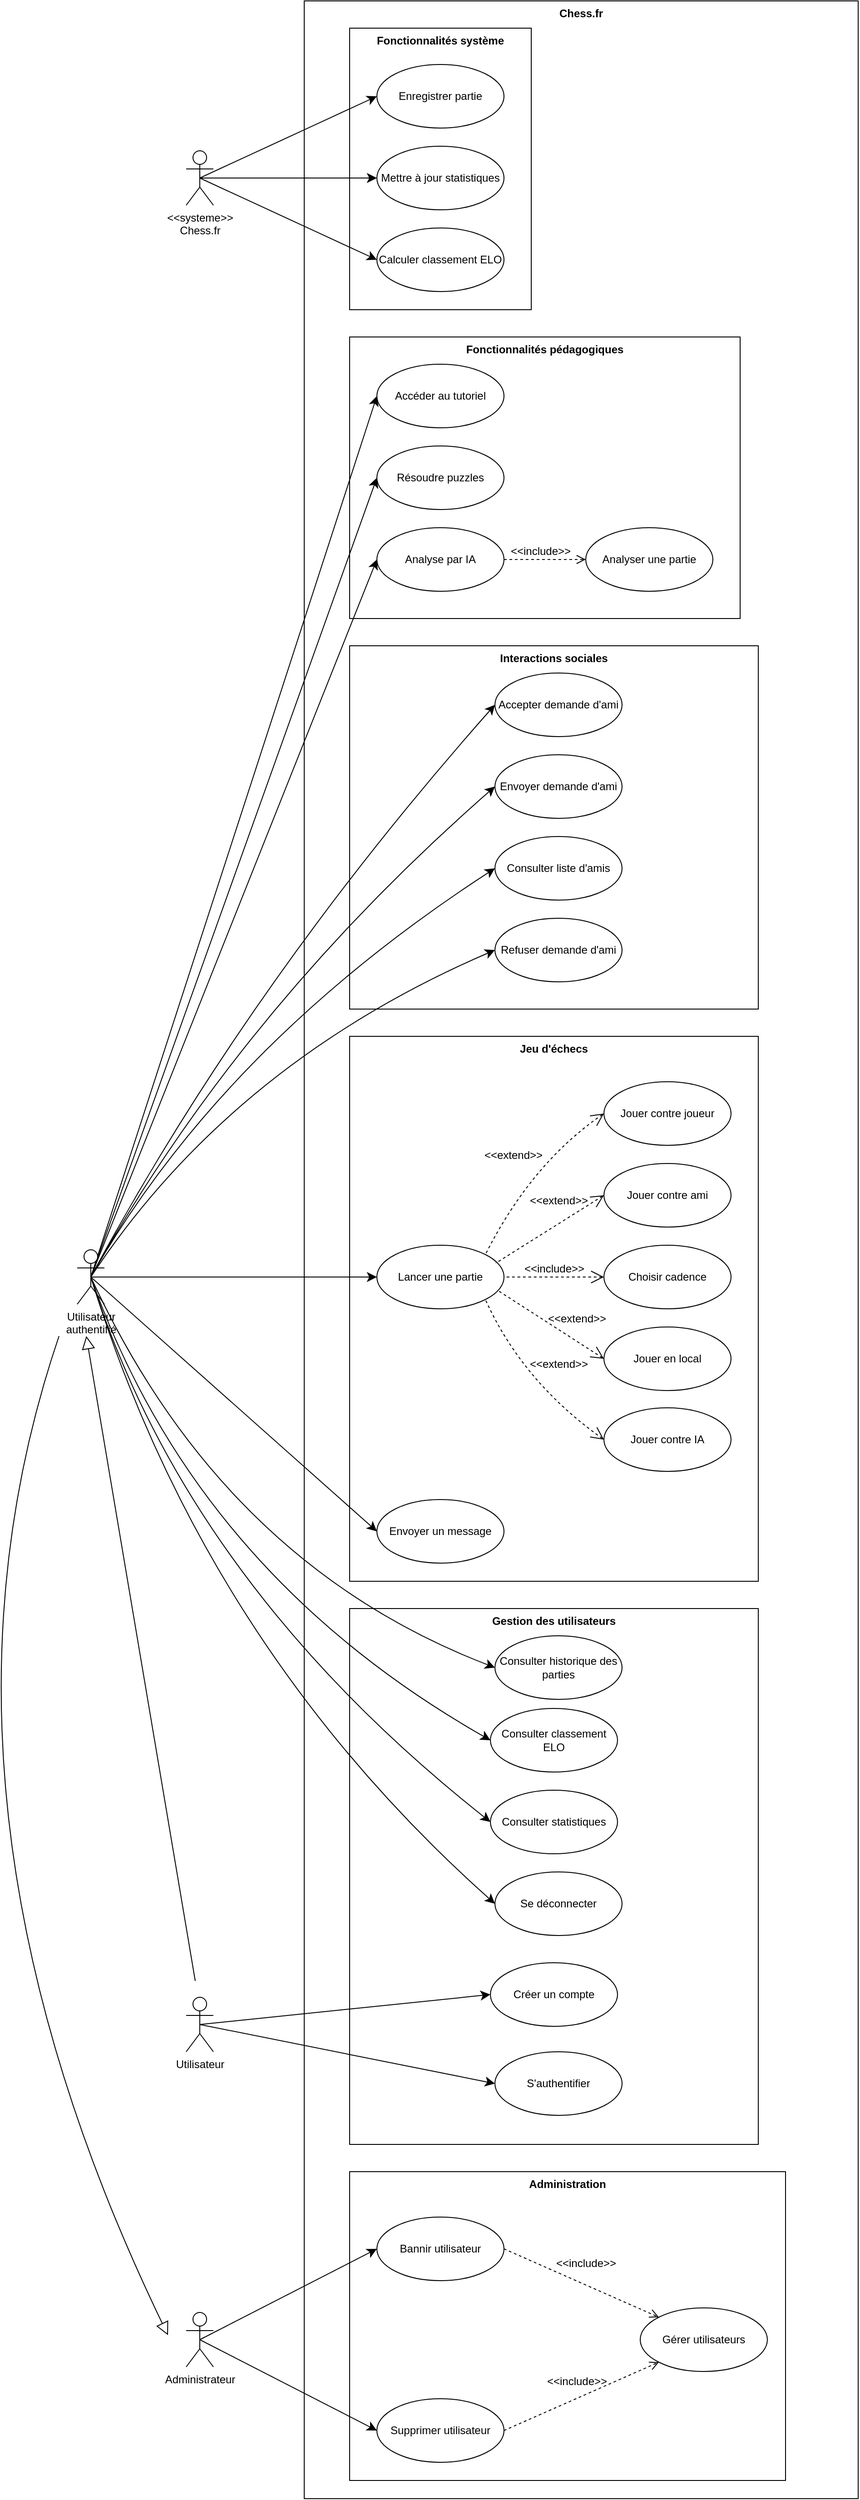
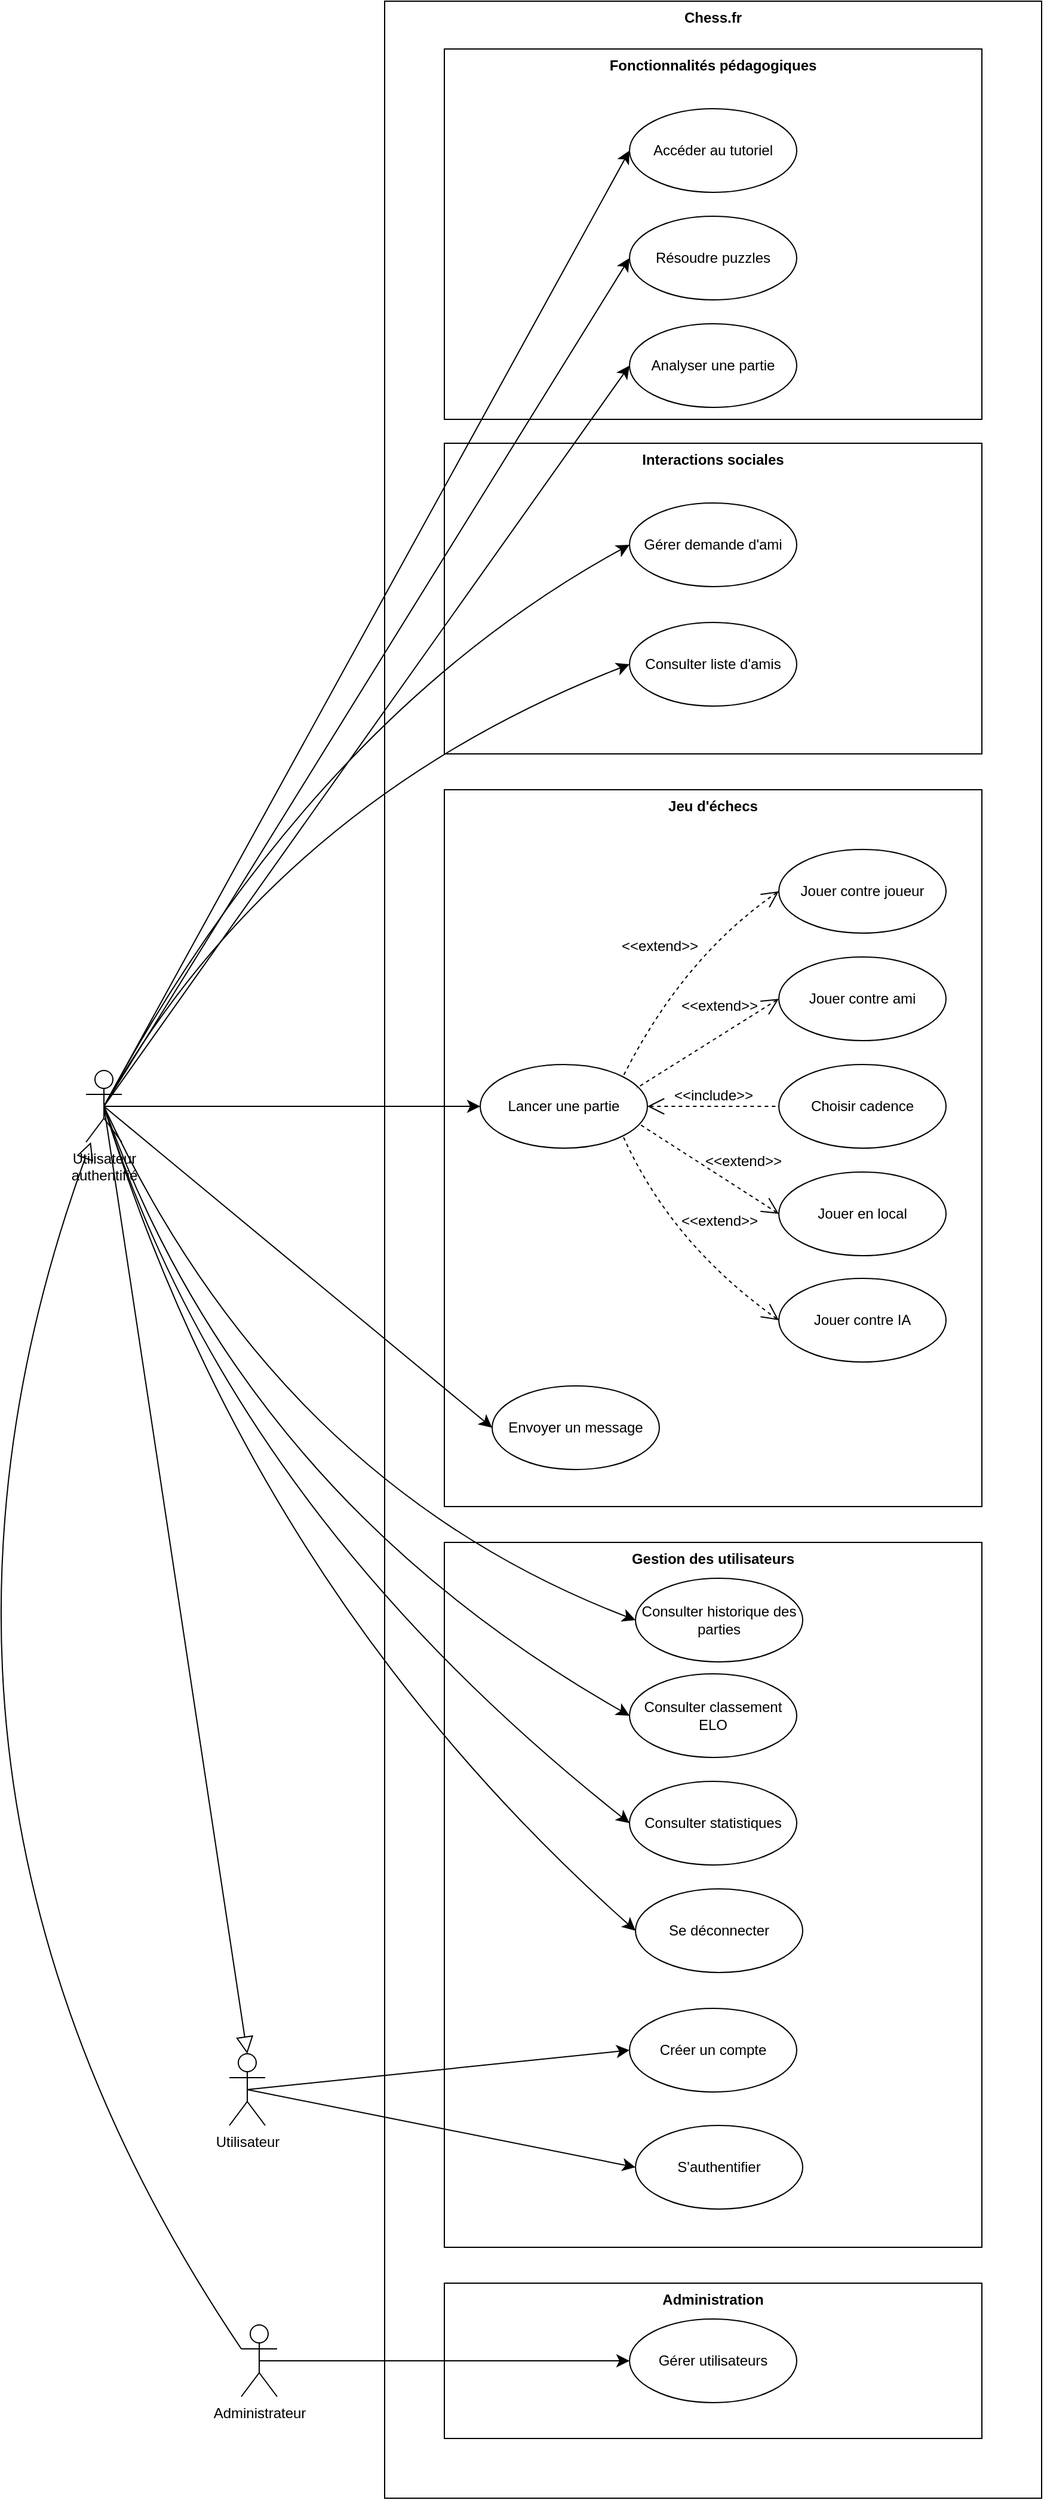
- <mxfile host="drawio-plugin" agent="Mozilla/5.0 (Windows NT 10.0; Win64; x64) AppleWebKit/537.36 (KHTML, like Gecko) Chrome/137.0.0.0 Safari/537.36" modified="2026-02-28T16:39:55.856Z" version="22.1.22" etag="w2IZ-1IRfB_Ca3Zaobdk" type="embed">
+ <mxfile host="drawio-plugin" agent="Mozilla/5.0 (Windows NT 10.0; Win64; x64) AppleWebKit/537.36 (KHTML, like Gecko) Chrome/137.0.0.0 Safari/537.36" modified="2026-04-11T15:21:19.772Z" etag="Nds4T8FKMGqWbyz1pkA1" version="22.1.22" type="embed">
  <diagram name="Page-1" id="x9LPVwRsGUYMf7QYPvVP">
-     <mxGraphModel dx="1221" dy="351" grid="1" gridSize="10" guides="1" tooltips="1" connect="1" arrows="1" fold="1" page="1" pageScale="1" pageWidth="827" pageHeight="1169" math="0" shadow="0">
+     <mxGraphModel dx="1283" dy="1064" grid="1" gridSize="10" guides="1" tooltips="1" connect="1" arrows="1" fold="1" page="1" pageScale="1" pageWidth="827" pageHeight="1169" math="0" shadow="0">
      <root>
        <mxCell id="0" />
        <mxCell id="1" parent="0" />
        <mxCell id="Nm0AcZCj-9p4WW2I4AkM-4" value="Chess.fr" style="shape=rect;html=1;verticalAlign=top;fontStyle=1;whiteSpace=wrap;align=center;" parent="1" vertex="1">
-           <mxGeometry x="490" y="80" width="610" height="2750" as="geometry" />
+           <mxGeometry x="490" y="560" width="550" height="2090" as="geometry" />
        </mxCell>
        <mxCell id="04DStYZp0Qn7NzPtP0x5-1" value="Utilisateur" style="shape=umlActor;html=1;verticalLabelPosition=bottom;verticalAlign=top;align=center;" parent="1" vertex="1">
          <mxGeometry x="360" y="2278" width="30" height="60" as="geometry" />
        </mxCell>
        <mxCell id="04DStYZp0Qn7NzPtP0x5-2" value="Administrateur" style="shape=umlActor;html=1;verticalLabelPosition=bottom;verticalAlign=top;align=center;" parent="1" vertex="1">
-           <mxGeometry x="360" y="2625" width="30" height="60" as="geometry" />
-         </mxCell>
-         <mxCell id="04DStYZp0Qn7NzPtP0x5-6" value="&amp;lt;&amp;lt;systeme&amp;gt;&amp;gt;&lt;div&gt;Chess.fr&lt;/div&gt;" style="shape=umlActor;html=1;verticalLabelPosition=bottom;verticalAlign=top;align=center;" parent="1" vertex="1">
-           <mxGeometry x="360" y="245" width="30" height="60" as="geometry" />
-         </mxCell>
-         <mxCell id="Nm0AcZCj-9p4WW2I4AkM-5" value="Fonctionnalités système" style="shape=rect;html=1;verticalAlign=top;fontStyle=1;whiteSpace=wrap;align=center;" parent="1" vertex="1">
-           <mxGeometry x="540" y="110" width="200" height="310" as="geometry" />
+           <mxGeometry x="370" y="2505" width="30" height="60" as="geometry" />
        </mxCell>
        <mxCell id="Nm0AcZCj-9p4WW2I4AkM-6" value="Administration" style="shape=rect;html=1;verticalAlign=top;fontStyle=1;whiteSpace=wrap;align=center;" parent="1" vertex="1">
-           <mxGeometry x="540" y="2470" width="480" height="340" as="geometry" />
+           <mxGeometry x="540" y="2470" width="450" height="130" as="geometry" />
        </mxCell>
        <mxCell id="Nm0AcZCj-9p4WW2I4AkM-7" value="Fonctionnalités pédagogiques" style="shape=rect;html=1;verticalAlign=top;fontStyle=1;whiteSpace=wrap;align=center;" parent="1" vertex="1">
-           <mxGeometry x="540" y="450" width="430" height="310" as="geometry" />
+           <mxGeometry x="540" y="600" width="450" height="310" as="geometry" />
        </mxCell>
        <mxCell id="Nm0AcZCj-9p4WW2I4AkM-8" value="Interactions sociales" style="shape=rect;html=1;verticalAlign=top;fontStyle=1;whiteSpace=wrap;align=center;" parent="1" vertex="1">
-           <mxGeometry x="540" y="790" width="450" height="400" as="geometry" />
+           <mxGeometry x="540" y="930" width="450" height="260" as="geometry" />
        </mxCell>
        <mxCell id="Nm0AcZCj-9p4WW2I4AkM-9" value="Jeu d&#39;échecs" style="shape=rect;html=1;verticalAlign=top;fontStyle=1;whiteSpace=wrap;align=center;" parent="1" vertex="1">
          <mxGeometry x="540" y="1220" width="450" height="600" as="geometry" />
        </mxCell>
        <mxCell id="Nm0AcZCj-9p4WW2I4AkM-10" value="Gestion des utilisateurs" style="shape=rect;html=1;verticalAlign=top;fontStyle=1;whiteSpace=wrap;align=center;" parent="1" vertex="1">
          <mxGeometry x="540" y="1850" width="450" height="590" as="geometry" />
        </mxCell>
-         <mxCell id="Nm0AcZCj-9p4WW2I4AkM-12" value="Enregistrer partie" style="ellipse;whiteSpace=wrap;html=1;" parent="1" vertex="1">
-           <mxGeometry x="570" y="150" width="140" height="70" as="geometry" />
-         </mxCell>
-         <mxCell id="Nm0AcZCj-9p4WW2I4AkM-13" value="Mettre à jour statistiques" style="ellipse;whiteSpace=wrap;html=1;" parent="1" vertex="1">
-           <mxGeometry x="570" y="240" width="140" height="70" as="geometry" />
-         </mxCell>
-         <mxCell id="Nm0AcZCj-9p4WW2I4AkM-14" value="Calculer classement ELO" style="ellipse;whiteSpace=wrap;html=1;" parent="1" vertex="1">
-           <mxGeometry x="570" y="330" width="140" height="70" as="geometry" />
-         </mxCell>
-         <mxCell id="Nm0AcZCj-9p4WW2I4AkM-18" style="edgeStyle=none;curved=1;rounded=0;orthogonalLoop=1;jettySize=auto;html=1;exitX=0.5;exitY=0.5;exitDx=0;exitDy=0;exitPerimeter=0;entryX=0;entryY=0.5;entryDx=0;entryDy=0;fontSize=12;startSize=8;endSize=8;" parent="1" source="04DStYZp0Qn7NzPtP0x5-6" target="Nm0AcZCj-9p4WW2I4AkM-12" edge="1">
-           <mxGeometry relative="1" as="geometry" />
-         </mxCell>
-         <mxCell id="Nm0AcZCj-9p4WW2I4AkM-19" style="edgeStyle=none;curved=1;rounded=0;orthogonalLoop=1;jettySize=auto;html=1;exitX=0.5;exitY=0.5;exitDx=0;exitDy=0;exitPerimeter=0;entryX=0;entryY=0.5;entryDx=0;entryDy=0;fontSize=12;startSize=8;endSize=8;" parent="1" source="04DStYZp0Qn7NzPtP0x5-6" target="Nm0AcZCj-9p4WW2I4AkM-13" edge="1">
-           <mxGeometry relative="1" as="geometry" />
-         </mxCell>
-         <mxCell id="Nm0AcZCj-9p4WW2I4AkM-20" style="edgeStyle=none;curved=1;rounded=0;orthogonalLoop=1;jettySize=auto;html=1;exitX=0.5;exitY=0.5;exitDx=0;exitDy=0;exitPerimeter=0;entryX=0;entryY=0.5;entryDx=0;entryDy=0;fontSize=12;startSize=8;endSize=8;" parent="1" source="04DStYZp0Qn7NzPtP0x5-6" target="Nm0AcZCj-9p4WW2I4AkM-14" edge="1">
-           <mxGeometry relative="1" as="geometry" />
-         </mxCell>
        <mxCell id="Nm0AcZCj-9p4WW2I4AkM-21" value="Gérer utilisateurs" style="ellipse;whiteSpace=wrap;html=1;" parent="1" vertex="1">
-           <mxGeometry x="860" y="2620" width="140" height="70" as="geometry" />
-         </mxCell>
-         <mxCell id="Nm0AcZCj-9p4WW2I4AkM-22" value="Bannir utilisateur" style="ellipse;whiteSpace=wrap;html=1;" parent="1" vertex="1">
-           <mxGeometry x="570" y="2520" width="140" height="70" as="geometry" />
-         </mxCell>
-         <mxCell id="Nm0AcZCj-9p4WW2I4AkM-23" value="Supprimer utilisateur" style="ellipse;whiteSpace=wrap;html=1;" parent="1" vertex="1">
-           <mxGeometry x="570" y="2720" width="140" height="70" as="geometry" />
-         </mxCell>
-         <mxCell id="Nm0AcZCj-9p4WW2I4AkM-25" value="&amp;lt;&amp;lt;include&amp;gt;&amp;gt;" style="edgeStyle=none;html=1;endArrow=open;verticalAlign=bottom;dashed=1;labelBackgroundColor=none;rounded=0;fontSize=12;startSize=8;endSize=8;curved=1;exitX=1;exitY=0.5;exitDx=0;exitDy=0;entryX=0;entryY=0;entryDx=0;entryDy=0;" parent="1" source="Nm0AcZCj-9p4WW2I4AkM-22" target="Nm0AcZCj-9p4WW2I4AkM-21" edge="1">
-           <mxGeometry x="-0.0081" y="13" width="160" relative="1" as="geometry">
-             <mxPoint as="offset" />
-             <mxPoint x="710" y="2590" as="sourcePoint" />
-             <mxPoint x="870" y="2590" as="targetPoint" />
-           </mxGeometry>
-         </mxCell>
-         <mxCell id="Nm0AcZCj-9p4WW2I4AkM-26" value="&amp;lt;&amp;lt;include&amp;gt;&amp;gt;" style="edgeStyle=none;html=1;endArrow=open;verticalAlign=bottom;dashed=1;labelBackgroundColor=none;rounded=0;fontSize=12;startSize=8;endSize=8;curved=1;exitX=1;exitY=0.5;exitDx=0;exitDy=0;entryX=0;entryY=1;entryDx=0;entryDy=0;" parent="1" source="Nm0AcZCj-9p4WW2I4AkM-23" target="Nm0AcZCj-9p4WW2I4AkM-21" edge="1">
-           <mxGeometry x="-0.0184" y="9" width="160" relative="1" as="geometry">
-             <mxPoint as="offset" />
-             <mxPoint x="790" y="2610" as="sourcePoint" />
-             <mxPoint x="961" y="2685" as="targetPoint" />
-           </mxGeometry>
-         </mxCell>
-         <mxCell id="Nm0AcZCj-9p4WW2I4AkM-28" style="edgeStyle=none;curved=1;rounded=0;orthogonalLoop=1;jettySize=auto;html=1;exitX=0.5;exitY=0.5;exitDx=0;exitDy=0;exitPerimeter=0;entryX=0;entryY=0.5;entryDx=0;entryDy=0;fontSize=12;startSize=8;endSize=8;" parent="1" source="04DStYZp0Qn7NzPtP0x5-2" target="Nm0AcZCj-9p4WW2I4AkM-22" edge="1">
-           <mxGeometry relative="1" as="geometry" />
-         </mxCell>
-         <mxCell id="Nm0AcZCj-9p4WW2I4AkM-29" style="edgeStyle=none;curved=1;rounded=0;orthogonalLoop=1;jettySize=auto;html=1;exitX=0.5;exitY=0.5;exitDx=0;exitDy=0;exitPerimeter=0;entryX=0;entryY=0.5;entryDx=0;entryDy=0;fontSize=12;startSize=8;endSize=8;" parent="1" source="04DStYZp0Qn7NzPtP0x5-2" target="Nm0AcZCj-9p4WW2I4AkM-23" edge="1">
-           <mxGeometry relative="1" as="geometry" />
+           <mxGeometry x="695" y="2500" width="140" height="70" as="geometry" />
+         </mxCell>
+         <mxCell id="Nm0AcZCj-9p4WW2I4AkM-28" style="edgeStyle=none;curved=1;rounded=0;orthogonalLoop=1;jettySize=auto;html=1;fontSize=12;startSize=8;endSize=8;exitX=0.5;exitY=0.5;exitDx=0;exitDy=0;exitPerimeter=0;" parent="1" source="04DStYZp0Qn7NzPtP0x5-2" target="Nm0AcZCj-9p4WW2I4AkM-21" edge="1">
+           <mxGeometry relative="1" as="geometry">
+             <mxPoint x="375" y="2655" as="sourcePoint" />
+             <mxPoint x="570" y="2555" as="targetPoint" />
+           </mxGeometry>
        </mxCell>
        <mxCell id="Nm0AcZCj-9p4WW2I4AkM-31" value="Accéder au tutoriel" style="ellipse;whiteSpace=wrap;html=1;" parent="1" vertex="1">
-           <mxGeometry x="570" y="480" width="140" height="70" as="geometry" />
+           <mxGeometry x="695" y="650" width="140" height="70" as="geometry" />
        </mxCell>
        <mxCell id="Nm0AcZCj-9p4WW2I4AkM-32" value="Résoudre puzzles" style="ellipse;whiteSpace=wrap;html=1;" parent="1" vertex="1">
-           <mxGeometry x="570" y="570" width="140" height="70" as="geometry" />
+           <mxGeometry x="695" y="740" width="140" height="70" as="geometry" />
        </mxCell>
        <mxCell id="Nm0AcZCj-9p4WW2I4AkM-33" value="Analyser une partie" style="ellipse;whiteSpace=wrap;html=1;" parent="1" vertex="1">
-           <mxGeometry x="800" y="660" width="140" height="70" as="geometry" />
-         </mxCell>
-         <mxCell id="Nm0AcZCj-9p4WW2I4AkM-34" value="Analyse par IA" style="ellipse;whiteSpace=wrap;html=1;" parent="1" vertex="1">
-           <mxGeometry x="570" y="660" width="140" height="70" as="geometry" />
-         </mxCell>
-         <mxCell id="Nm0AcZCj-9p4WW2I4AkM-35" value="&amp;lt;&amp;lt;include&amp;gt;&amp;gt;" style="edgeStyle=none;html=1;endArrow=open;verticalAlign=bottom;dashed=1;labelBackgroundColor=none;rounded=0;fontSize=12;startSize=8;endSize=8;curved=1;exitX=1;exitY=0.5;exitDx=0;exitDy=0;entryX=0;entryY=0.5;entryDx=0;entryDy=0;" parent="1" source="Nm0AcZCj-9p4WW2I4AkM-34" target="Nm0AcZCj-9p4WW2I4AkM-33" edge="1">
-           <mxGeometry x="-0.1111" width="160" relative="1" as="geometry">
-             <mxPoint as="offset" />
-             <mxPoint x="770" y="650" as="sourcePoint" />
-             <mxPoint x="940" y="725" as="targetPoint" />
-           </mxGeometry>
-         </mxCell>
-         <mxCell id="Nm0AcZCj-9p4WW2I4AkM-42" value="Accepter demande d&#39;ami&lt;span style=&quot;color: rgba(0, 0, 0, 0); font-family: monospace; font-size: 0px; text-align: start; text-wrap-mode: nowrap;&quot;&gt;%3CmxGraphModel%3E%3Croot%3E%3CmxCell%20id%3D%220%22%2F%3E%3CmxCell%20id%3D%221%22%20parent%3D%220%22%2F%3E%3CmxCell%20id%3D%222%22%20parent%3D%221%22%20style%3D%22ellipse%3BwhiteSpace%3Dwrap%3Bhtml%3D1%3B%22%20value%3D%22R%C3%A9soudre%20puzzles%22%20vertex%3D%221%22%3E%3CmxGeometry%20height%3D%2270%22%20width%3D%22140%22%20x%3D%22570%22%20y%3D%22590%22%20as%3D%22geometry%22%2F%3E%3C%2FmxCell%3E%3C%2Froot%3E%3C%2FmxGraphModel%3E&lt;/span&gt;" style="ellipse;whiteSpace=wrap;html=1;" parent="1" vertex="1">
-           <mxGeometry x="700" y="820" width="140" height="70" as="geometry" />
-         </mxCell>
-         <mxCell id="Nm0AcZCj-9p4WW2I4AkM-43" value="Envoyer demande d&#39;ami" style="ellipse;whiteSpace=wrap;html=1;" parent="1" vertex="1">
-           <mxGeometry x="700" y="910" width="140" height="70" as="geometry" />
+           <mxGeometry x="695" y="830" width="140" height="70" as="geometry" />
+         </mxCell>
+         <mxCell id="Nm0AcZCj-9p4WW2I4AkM-42" value="Gérer demande d&#39;ami&lt;span style=&quot;color: rgba(0, 0, 0, 0); font-family: monospace; font-size: 0px; text-align: start; text-wrap-mode: nowrap;&quot;&gt;%3CmxGraphModel%3E%3Croot%3E%3CmxCell%20id%3D%220%22%2F%3E%3CmxCell%20id%3D%221%22%20parent%3D%220%22%2F%3E%3CmxCell%20id%3D%222%22%20parent%3D%221%22%20style%3D%22ellipse%3BwhiteSpace%3Dwrap%3Bhtml%3D1%3B%22%20value%3D%22R%C3%A9soudre%20puzzles%22%20vertex%3D%221%22%3E%3CmxGeometry%20height%3D%2270%22%20width%3D%22140%22%20x%3D%22570%22%20y%3D%22590%22%20as%3D%22geometry%22%2F%3E%3C%2FmxCell%3E%3C%2Froot%3E%3C%2FmxGraphModel%3E&lt;/span&gt;" style="ellipse;whiteSpace=wrap;html=1;" parent="1" vertex="1">
+           <mxGeometry x="695" y="980" width="140" height="70" as="geometry" />
        </mxCell>
        <mxCell id="Nm0AcZCj-9p4WW2I4AkM-44" value="Consulter liste d&#39;amis" style="ellipse;whiteSpace=wrap;html=1;" parent="1" vertex="1">
-           <mxGeometry x="700" y="1000" width="140" height="70" as="geometry" />
-         </mxCell>
-         <mxCell id="Nm0AcZCj-9p4WW2I4AkM-45" value="Refuser demande d&#39;ami" style="ellipse;whiteSpace=wrap;html=1;" parent="1" vertex="1">
-           <mxGeometry x="700" y="1090" width="140" height="70" as="geometry" />
+           <mxGeometry x="695" y="1080" width="140" height="70" as="geometry" />
        </mxCell>
        <mxCell id="Nm0AcZCj-9p4WW2I4AkM-51" value="Lancer une partie" style="ellipse;whiteSpace=wrap;html=1;" parent="1" vertex="1">
          <mxGeometry x="570" y="1450" width="140" height="70" as="geometry" />
        </mxCell>
        <mxCell id="Nm0AcZCj-9p4WW2I4AkM-52" value="Jouer contre joueur" style="ellipse;whiteSpace=wrap;html=1;" parent="1" vertex="1">
          <mxGeometry x="820" y="1270" width="140" height="70" as="geometry" />
        </mxCell>
        <mxCell id="Nm0AcZCj-9p4WW2I4AkM-53" value="Jouer contre ami" style="ellipse;whiteSpace=wrap;html=1;" parent="1" vertex="1">
          <mxGeometry x="820" y="1360" width="140" height="70" as="geometry" />
        </mxCell>
        <mxCell id="Nm0AcZCj-9p4WW2I4AkM-54" value="Choisir cadence" style="ellipse;whiteSpace=wrap;html=1;" parent="1" vertex="1">
          <mxGeometry x="820" y="1450" width="140" height="70" as="geometry" />
        </mxCell>
        <mxCell id="Nm0AcZCj-9p4WW2I4AkM-55" value="Jouer en local" style="ellipse;whiteSpace=wrap;html=1;" parent="1" vertex="1">
          <mxGeometry x="820" y="1540" width="140" height="70" as="geometry" />
        </mxCell>
        <mxCell id="Nm0AcZCj-9p4WW2I4AkM-56" value="Jouer contre IA" style="ellipse;whiteSpace=wrap;html=1;" parent="1" vertex="1">
          <mxGeometry x="820" y="1629" width="140" height="70" as="geometry" />
        </mxCell>
        <mxCell id="Nm0AcZCj-9p4WW2I4AkM-57" value="&amp;lt;&amp;lt;extend&amp;gt;&amp;gt;" style="edgeStyle=none;html=1;startArrow=open;endArrow=none;startSize=12;verticalAlign=bottom;dashed=1;labelBackgroundColor=none;rounded=0;fontSize=12;curved=1;exitX=0;exitY=0.5;exitDx=0;exitDy=0;entryX=1;entryY=0;entryDx=0;entryDy=0;" parent="1" source="Nm0AcZCj-9p4WW2I4AkM-52" target="Nm0AcZCj-9p4WW2I4AkM-51" edge="1">
          <mxGeometry x="0.0133" y="-18" width="160" relative="1" as="geometry">
            <mxPoint as="offset" />
            <Array as="points">
              <mxPoint x="740" y="1360" />
            </Array>
            <mxPoint x="690" y="1460" as="sourcePoint" />
            <mxPoint x="750" y="1460" as="targetPoint" />
          </mxGeometry>
        </mxCell>
        <mxCell id="Nm0AcZCj-9p4WW2I4AkM-58" value="&amp;lt;&amp;lt;extend&amp;gt;&amp;gt;" style="edgeStyle=none;html=1;startArrow=open;endArrow=none;startSize=12;verticalAlign=bottom;dashed=1;labelBackgroundColor=none;rounded=0;fontSize=12;curved=1;exitX=0;exitY=0.5;exitDx=0;exitDy=0;entryX=0.935;entryY=0.282;entryDx=0;entryDy=0;entryPerimeter=0;" parent="1" source="Nm0AcZCj-9p4WW2I4AkM-53" target="Nm0AcZCj-9p4WW2I4AkM-51" edge="1">
          <mxGeometry x="-0.2842" y="-14" width="160" relative="1" as="geometry">
            <mxPoint as="offset" />
            <mxPoint x="921" y="1430" as="sourcePoint" />
            <mxPoint x="790" y="1585" as="targetPoint" />
          </mxGeometry>
        </mxCell>
-         <mxCell id="Nm0AcZCj-9p4WW2I4AkM-59" value="&amp;lt;&amp;lt;include&amp;gt;&amp;gt;" style="edgeStyle=none;html=1;startArrow=open;endArrow=none;startSize=12;verticalAlign=bottom;dashed=1;labelBackgroundColor=none;rounded=0;fontSize=12;curved=1;exitX=0;exitY=0.5;exitDx=0;exitDy=0;entryX=1;entryY=0.5;entryDx=0;entryDy=0;" parent="1" source="Nm0AcZCj-9p4WW2I4AkM-54" target="Nm0AcZCj-9p4WW2I4AkM-51" edge="1">
+         <mxCell id="Nm0AcZCj-9p4WW2I4AkM-59" value="&amp;lt;&amp;lt;include&amp;gt;&amp;gt;" style="edgeStyle=none;html=1;startArrow=open;endArrow=none;startSize=12;verticalAlign=bottom;dashed=1;labelBackgroundColor=none;rounded=0;fontSize=12;curved=1;exitX=1;exitY=0.5;exitDx=0;exitDy=0;entryX=0;entryY=0.5;entryDx=0;entryDy=0;" parent="1" source="Nm0AcZCj-9p4WW2I4AkM-51" target="Nm0AcZCj-9p4WW2I4AkM-54" edge="1">
          <mxGeometry width="160" relative="1" as="geometry">
            <mxPoint x="909" y="1470" as="sourcePoint" />
-             <mxPoint x="790" y="1545" as="targetPoint" />
+             <mxPoint x="730" y="1520" as="targetPoint" />
          </mxGeometry>
        </mxCell>
        <mxCell id="Nm0AcZCj-9p4WW2I4AkM-60" value="&amp;lt;&amp;lt;extend&amp;gt;&amp;gt;" style="edgeStyle=none;html=1;startArrow=open;endArrow=none;startSize=12;verticalAlign=bottom;dashed=1;labelBackgroundColor=none;rounded=0;fontSize=12;curved=1;exitX=0;exitY=0.5;exitDx=0;exitDy=0;entryX=1;entryY=1;entryDx=0;entryDy=0;" parent="1" source="Nm0AcZCj-9p4WW2I4AkM-56" target="Nm0AcZCj-9p4WW2I4AkM-51" edge="1">
          <mxGeometry x="-0.2011" y="-31" width="160" relative="1" as="geometry">
            <mxPoint as="offset" />
            <Array as="points">
              <mxPoint x="730" y="1600" />
            </Array>
            <mxPoint x="859" y="1510" as="sourcePoint" />
            <mxPoint x="740" y="1585" as="targetPoint" />
          </mxGeometry>
        </mxCell>
        <mxCell id="Nm0AcZCj-9p4WW2I4AkM-61" value="&amp;lt;&amp;lt;extend&amp;gt;&amp;gt;" style="edgeStyle=none;html=1;startArrow=open;endArrow=none;startSize=12;verticalAlign=bottom;dashed=1;labelBackgroundColor=none;rounded=0;fontSize=12;curved=1;exitX=0;exitY=0.5;exitDx=0;exitDy=0;entryX=0.958;entryY=0.72;entryDx=0;entryDy=0;entryPerimeter=0;" parent="1" source="Nm0AcZCj-9p4WW2I4AkM-55" target="Nm0AcZCj-9p4WW2I4AkM-51" edge="1">
          <mxGeometry x="-0.359" y="-13" width="160" relative="1" as="geometry">
            <mxPoint as="offset" />
            <mxPoint x="921" y="1754" as="sourcePoint" />
            <mxPoint x="790" y="1600" as="targetPoint" />
          </mxGeometry>
        </mxCell>
        <mxCell id="Nm0AcZCj-9p4WW2I4AkM-62" value="Envoyer un message" style="ellipse;whiteSpace=wrap;html=1;" parent="1" vertex="1">
-           <mxGeometry x="570" y="1730" width="140" height="70" as="geometry" />
+           <mxGeometry x="580" y="1719" width="140" height="70" as="geometry" />
        </mxCell>
        <mxCell id="Nm0AcZCj-9p4WW2I4AkM-64" value="Consulter historique des parties" style="ellipse;whiteSpace=wrap;html=1;" parent="1" vertex="1">
          <mxGeometry x="700" y="1880" width="140" height="70" as="geometry" />
        </mxCell>
        <mxCell id="Nm0AcZCj-9p4WW2I4AkM-65" value="Consulter classement ELO" style="ellipse;whiteSpace=wrap;html=1;" parent="1" vertex="1">
          <mxGeometry x="695" y="1960" width="140" height="70" as="geometry" />
        </mxCell>
        <mxCell id="Nm0AcZCj-9p4WW2I4AkM-66" value="Consulter statistiques" style="ellipse;whiteSpace=wrap;html=1;" parent="1" vertex="1">
          <mxGeometry x="695" y="2050" width="140" height="70" as="geometry" />
        </mxCell>
        <mxCell id="Nm0AcZCj-9p4WW2I4AkM-68" value="Se déconnecter" style="ellipse;whiteSpace=wrap;html=1;" parent="1" vertex="1">
          <mxGeometry x="700" y="2140" width="140" height="70" as="geometry" />
        </mxCell>
        <mxCell id="Nm0AcZCj-9p4WW2I4AkM-69" value="Créer un compte" style="ellipse;whiteSpace=wrap;html=1;" parent="1" vertex="1">
          <mxGeometry x="695" y="2240" width="140" height="70" as="geometry" />
        </mxCell>
        <mxCell id="Nm0AcZCj-9p4WW2I4AkM-70" value="S&#39;authentifier" style="ellipse;whiteSpace=wrap;html=1;" parent="1" vertex="1">
          <mxGeometry x="700" y="2338" width="140" height="70" as="geometry" />
        </mxCell>
        <mxCell id="Nm0AcZCj-9p4WW2I4AkM-78" style="edgeStyle=none;curved=1;rounded=0;orthogonalLoop=1;jettySize=auto;html=1;exitX=0.5;exitY=0.5;exitDx=0;exitDy=0;exitPerimeter=0;entryX=0;entryY=0.5;entryDx=0;entryDy=0;fontSize=12;startSize=8;endSize=8;" parent="1" source="Nm0AcZCj-9p4WW2I4AkM-74" target="Nm0AcZCj-9p4WW2I4AkM-31" edge="1">
          <mxGeometry relative="1" as="geometry" />
        </mxCell>
        <mxCell id="Nm0AcZCj-9p4WW2I4AkM-79" style="edgeStyle=none;curved=1;rounded=0;orthogonalLoop=1;jettySize=auto;html=1;exitX=0.5;exitY=0.5;exitDx=0;exitDy=0;exitPerimeter=0;entryX=0;entryY=0.5;entryDx=0;entryDy=0;fontSize=12;startSize=8;endSize=8;" parent="1" source="Nm0AcZCj-9p4WW2I4AkM-74" target="Nm0AcZCj-9p4WW2I4AkM-32" edge="1">
          <mxGeometry relative="1" as="geometry" />
        </mxCell>
-         <mxCell id="Nm0AcZCj-9p4WW2I4AkM-80" style="edgeStyle=none;curved=1;rounded=0;orthogonalLoop=1;jettySize=auto;html=1;exitX=0.5;exitY=0.5;exitDx=0;exitDy=0;exitPerimeter=0;entryX=0;entryY=0.5;entryDx=0;entryDy=0;fontSize=12;startSize=8;endSize=8;" parent="1" source="Nm0AcZCj-9p4WW2I4AkM-74" target="Nm0AcZCj-9p4WW2I4AkM-34" edge="1">
-           <mxGeometry relative="1" as="geometry" />
+         <mxCell id="Nm0AcZCj-9p4WW2I4AkM-80" style="edgeStyle=none;curved=1;rounded=0;orthogonalLoop=1;jettySize=auto;html=1;exitX=0.5;exitY=0.5;exitDx=0;exitDy=0;exitPerimeter=0;fontSize=12;startSize=8;endSize=8;entryX=0;entryY=0.5;entryDx=0;entryDy=0;" parent="1" source="Nm0AcZCj-9p4WW2I4AkM-74" target="Nm0AcZCj-9p4WW2I4AkM-33" edge="1">
+           <mxGeometry relative="1" as="geometry">
+             <mxPoint x="580" y="700" as="targetPoint" />
+           </mxGeometry>
        </mxCell>
        <mxCell id="Nm0AcZCj-9p4WW2I4AkM-81" style="edgeStyle=none;curved=1;rounded=0;orthogonalLoop=1;jettySize=auto;html=1;exitX=0.5;exitY=0.5;exitDx=0;exitDy=0;exitPerimeter=0;entryX=0;entryY=0.5;entryDx=0;entryDy=0;fontSize=12;startSize=8;endSize=8;" parent="1" source="Nm0AcZCj-9p4WW2I4AkM-74" target="Nm0AcZCj-9p4WW2I4AkM-42" edge="1">
          <mxGeometry relative="1" as="geometry">
            <Array as="points">
              <mxPoint x="430" y="1160" />
            </Array>
          </mxGeometry>
        </mxCell>
-         <mxCell id="Nm0AcZCj-9p4WW2I4AkM-82" style="edgeStyle=none;curved=1;rounded=0;orthogonalLoop=1;jettySize=auto;html=1;exitX=0.5;exitY=0.5;exitDx=0;exitDy=0;exitPerimeter=0;entryX=0;entryY=0.5;entryDx=0;entryDy=0;fontSize=12;startSize=8;endSize=8;" parent="1" source="Nm0AcZCj-9p4WW2I4AkM-74" target="Nm0AcZCj-9p4WW2I4AkM-43" edge="1">
-           <mxGeometry relative="1" as="geometry">
-             <Array as="points">
-               <mxPoint x="420" y="1190" />
-             </Array>
-           </mxGeometry>
-         </mxCell>
        <mxCell id="Nm0AcZCj-9p4WW2I4AkM-83" style="edgeStyle=none;curved=1;rounded=0;orthogonalLoop=1;jettySize=auto;html=1;exitX=0.5;exitY=0.5;exitDx=0;exitDy=0;exitPerimeter=0;entryX=0;entryY=0.5;entryDx=0;entryDy=0;fontSize=12;startSize=8;endSize=8;" parent="1" source="Nm0AcZCj-9p4WW2I4AkM-74" target="Nm0AcZCj-9p4WW2I4AkM-44" edge="1">
          <mxGeometry relative="1" as="geometry">
            <Array as="points">
              <mxPoint x="400" y="1230" />
-             </Array>
-           </mxGeometry>
-         </mxCell>
-         <mxCell id="Nm0AcZCj-9p4WW2I4AkM-84" style="edgeStyle=none;curved=1;rounded=0;orthogonalLoop=1;jettySize=auto;html=1;exitX=0.5;exitY=0.5;exitDx=0;exitDy=0;exitPerimeter=0;entryX=0;entryY=0.5;entryDx=0;entryDy=0;fontSize=12;startSize=8;endSize=8;" parent="1" source="Nm0AcZCj-9p4WW2I4AkM-74" target="Nm0AcZCj-9p4WW2I4AkM-45" edge="1">
-           <mxGeometry relative="1" as="geometry">
-             <Array as="points">
-               <mxPoint x="410" y="1250" />
            </Array>
          </mxGeometry>
        </mxCell>
        <mxCell id="Nm0AcZCj-9p4WW2I4AkM-85" style="edgeStyle=none;curved=1;rounded=0;orthogonalLoop=1;jettySize=auto;html=1;exitX=0.5;exitY=0.5;exitDx=0;exitDy=0;exitPerimeter=0;entryX=0;entryY=0.5;entryDx=0;entryDy=0;fontSize=12;startSize=8;endSize=8;" parent="1" source="Nm0AcZCj-9p4WW2I4AkM-74" target="Nm0AcZCj-9p4WW2I4AkM-51" edge="1">
          <mxGeometry relative="1" as="geometry" />
        </mxCell>
        <mxCell id="Nm0AcZCj-9p4WW2I4AkM-86" style="edgeStyle=none;curved=1;rounded=0;orthogonalLoop=1;jettySize=auto;html=1;exitX=0.5;exitY=0.5;exitDx=0;exitDy=0;exitPerimeter=0;entryX=0;entryY=0.5;entryDx=0;entryDy=0;fontSize=12;startSize=8;endSize=8;" parent="1" source="Nm0AcZCj-9p4WW2I4AkM-74" target="Nm0AcZCj-9p4WW2I4AkM-62" edge="1">
          <mxGeometry relative="1" as="geometry" />
        </mxCell>
        <mxCell id="Nm0AcZCj-9p4WW2I4AkM-87" style="edgeStyle=none;curved=1;rounded=0;orthogonalLoop=1;jettySize=auto;html=1;exitX=0.5;exitY=0.5;exitDx=0;exitDy=0;exitPerimeter=0;entryX=0;entryY=0.5;entryDx=0;entryDy=0;fontSize=12;startSize=8;endSize=8;" parent="1" source="Nm0AcZCj-9p4WW2I4AkM-74" target="Nm0AcZCj-9p4WW2I4AkM-64" edge="1">
          <mxGeometry relative="1" as="geometry">
            <Array as="points">
              <mxPoint x="400" y="1800" />
            </Array>
          </mxGeometry>
        </mxCell>
        <mxCell id="Nm0AcZCj-9p4WW2I4AkM-88" style="edgeStyle=none;curved=1;rounded=0;orthogonalLoop=1;jettySize=auto;html=1;exitX=0.5;exitY=0.5;exitDx=0;exitDy=0;exitPerimeter=0;entryX=0;entryY=0.5;entryDx=0;entryDy=0;fontSize=12;startSize=8;endSize=8;" parent="1" source="Nm0AcZCj-9p4WW2I4AkM-74" target="Nm0AcZCj-9p4WW2I4AkM-65" edge="1">
          <mxGeometry relative="1" as="geometry">
            <Array as="points">
              <mxPoint x="370" y="1810" />
            </Array>
          </mxGeometry>
        </mxCell>
        <mxCell id="Nm0AcZCj-9p4WW2I4AkM-89" style="edgeStyle=none;curved=1;rounded=0;orthogonalLoop=1;jettySize=auto;html=1;exitX=0.5;exitY=0.5;exitDx=0;exitDy=0;exitPerimeter=0;entryX=0;entryY=0.5;entryDx=0;entryDy=0;fontSize=12;startSize=8;endSize=8;" parent="1" source="Nm0AcZCj-9p4WW2I4AkM-74" target="Nm0AcZCj-9p4WW2I4AkM-66" edge="1">
          <mxGeometry relative="1" as="geometry">
            <Array as="points">
              <mxPoint x="360" y="1820" />
            </Array>
          </mxGeometry>
        </mxCell>
        <mxCell id="Nm0AcZCj-9p4WW2I4AkM-90" style="edgeStyle=none;curved=1;rounded=0;orthogonalLoop=1;jettySize=auto;html=1;exitX=0.5;exitY=0.5;exitDx=0;exitDy=0;exitPerimeter=0;entryX=0;entryY=0.5;entryDx=0;entryDy=0;fontSize=12;startSize=8;endSize=8;" parent="1" source="Nm0AcZCj-9p4WW2I4AkM-74" target="Nm0AcZCj-9p4WW2I4AkM-68" edge="1">
          <mxGeometry relative="1" as="geometry">
            <Array as="points">
              <mxPoint x="380" y="1890" />
            </Array>
          </mxGeometry>
        </mxCell>
        <mxCell id="Nm0AcZCj-9p4WW2I4AkM-74" value="Utilisateur&lt;br&gt;authentifié" style="shape=umlActor;html=1;verticalLabelPosition=bottom;verticalAlign=top;align=center;" parent="1" vertex="1">
          <mxGeometry x="240" y="1455" width="30" height="60" as="geometry" />
        </mxCell>
        <mxCell id="Nm0AcZCj-9p4WW2I4AkM-75" style="edgeStyle=none;curved=1;rounded=0;orthogonalLoop=1;jettySize=auto;html=1;exitX=0.5;exitY=0.5;exitDx=0;exitDy=0;exitPerimeter=0;entryX=0;entryY=0.5;entryDx=0;entryDy=0;fontSize=12;startSize=8;endSize=8;" parent="1" source="04DStYZp0Qn7NzPtP0x5-1" target="Nm0AcZCj-9p4WW2I4AkM-69" edge="1">
          <mxGeometry relative="1" as="geometry" />
        </mxCell>
        <mxCell id="Nm0AcZCj-9p4WW2I4AkM-76" style="edgeStyle=none;curved=1;rounded=0;orthogonalLoop=1;jettySize=auto;html=1;exitX=0.5;exitY=0.5;exitDx=0;exitDy=0;exitPerimeter=0;entryX=0;entryY=0.5;entryDx=0;entryDy=0;fontSize=12;startSize=8;endSize=8;" parent="1" source="04DStYZp0Qn7NzPtP0x5-1" target="Nm0AcZCj-9p4WW2I4AkM-70" edge="1">
          <mxGeometry relative="1" as="geometry" />
        </mxCell>
-         <mxCell id="Nm0AcZCj-9p4WW2I4AkM-95" value="" style="edgeStyle=none;html=1;endArrow=block;endFill=0;endSize=12;verticalAlign=bottom;rounded=0;fontSize=12;curved=1;" parent="1" edge="1">
+         <mxCell id="Nm0AcZCj-9p4WW2I4AkM-95" value="" style="edgeStyle=none;html=1;endArrow=block;endFill=0;endSize=12;verticalAlign=bottom;rounded=0;fontSize=12;curved=1;entryX=0.5;entryY=0;entryDx=0;entryDy=0;entryPerimeter=0;exitX=0.5;exitY=0.5;exitDx=0;exitDy=0;exitPerimeter=0;" parent="1" edge="1" target="04DStYZp0Qn7NzPtP0x5-1" source="Nm0AcZCj-9p4WW2I4AkM-74">
          <mxGeometry width="160" relative="1" as="geometry">
            <mxPoint x="370" y="2260" as="sourcePoint" />
            <mxPoint x="250" y="1550" as="targetPoint" />
          </mxGeometry>
        </mxCell>
-         <mxCell id="Nm0AcZCj-9p4WW2I4AkM-96" value="" style="edgeStyle=none;html=1;endArrow=block;endFill=0;endSize=12;verticalAlign=bottom;rounded=0;fontSize=12;curved=1;" parent="1" edge="1">
+         <mxCell id="Nm0AcZCj-9p4WW2I4AkM-96" value="" style="edgeStyle=none;html=1;endArrow=block;endFill=0;endSize=12;verticalAlign=bottom;rounded=0;fontSize=12;curved=1;exitX=0;exitY=0.3333333333333333;exitDx=0;exitDy=0;exitPerimeter=0;" parent="1" edge="1" target="Nm0AcZCj-9p4WW2I4AkM-74" source="04DStYZp0Qn7NzPtP0x5-2">
          <mxGeometry width="160" relative="1" as="geometry">
            <Array as="points">
              <mxPoint x="50" y="2050" />
            </Array>
            <mxPoint x="220" y="1550" as="sourcePoint" />
            <mxPoint x="340" y="2650" as="targetPoint" />
          </mxGeometry>
        </mxCell>
      </root>
    </mxGraphModel>
  </diagram>
</mxfile>
